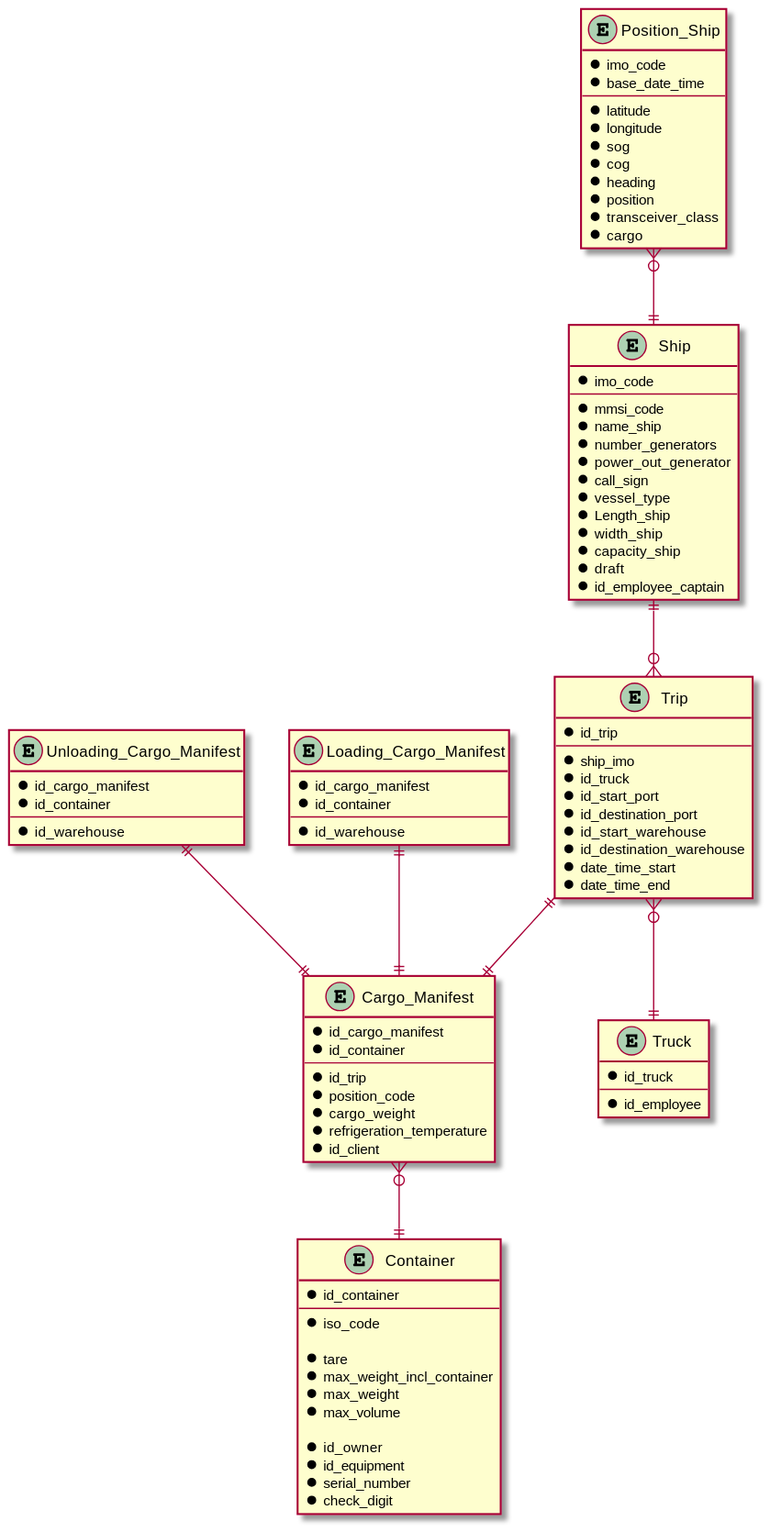
This is docs/Sprint 3/US/US305/US305_RM.svg from 1190772/LAB-Project-3, a PlantUML export, as it was before one commit.
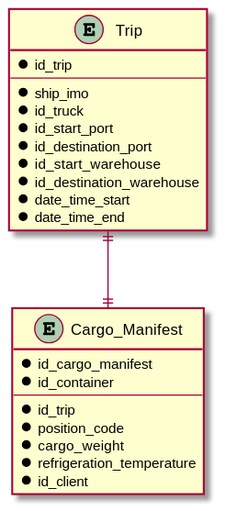
Later version of the same file.

Change to the diagram source:
```diff
@@ -13,21 +13,6 @@
 * date_time_end
 }
 
-entity Container {
-* id_container
---
-* iso_code
-
-* tare
-* max_weight_incl_container
-* max_weight
-* max_volume
-
-* id_owner
-* id_equipment
-* serial_number
-* check_digit
-}
 entity Cargo_Manifest {
 * id_cargo_manifest
 * id_container
@@ -39,64 +24,8 @@
 * id_client
 }
 
-entity Unloading_Cargo_Manifest {
-* id_cargo_manifest
-* id_container
---
-* id_warehouse
-}
-
-entity Loading_Cargo_Manifest {
-* id_cargo_manifest
-* id_container
---
-* id_warehouse
-}
-
-entity Truck {
-* id_truck
---
-* id_employee
-}
-
-entity Ship {
-* imo_code
---
-* mmsi_code
-* name_ship
-* number_generators
-* power_out_generator
-* call_sign
-* vessel_type
-* Length_ship
-* width_ship
-* capacity_ship
-* draft
-* id_employee_captain
-}
-
-entity Position_Ship {
-* imo_code
-* base_date_time
---
-* latitude
-* longitude
-* sog
-* cog
-* heading
-* position
-* transceiver_class
-* cargo
-}
-
 
 Trip ||--|| Cargo_Manifest
-Cargo_Manifest }o--|| Container
-Position_Ship }o--|| Ship
-Trip }o--|| Truck
-Ship ||--o{ Trip
-Unloading_Cargo_Manifest ||--|| Cargo_Manifest
-Loading_Cargo_Manifest ||--|| Cargo_Manifest
 
 
 @enduml
```
